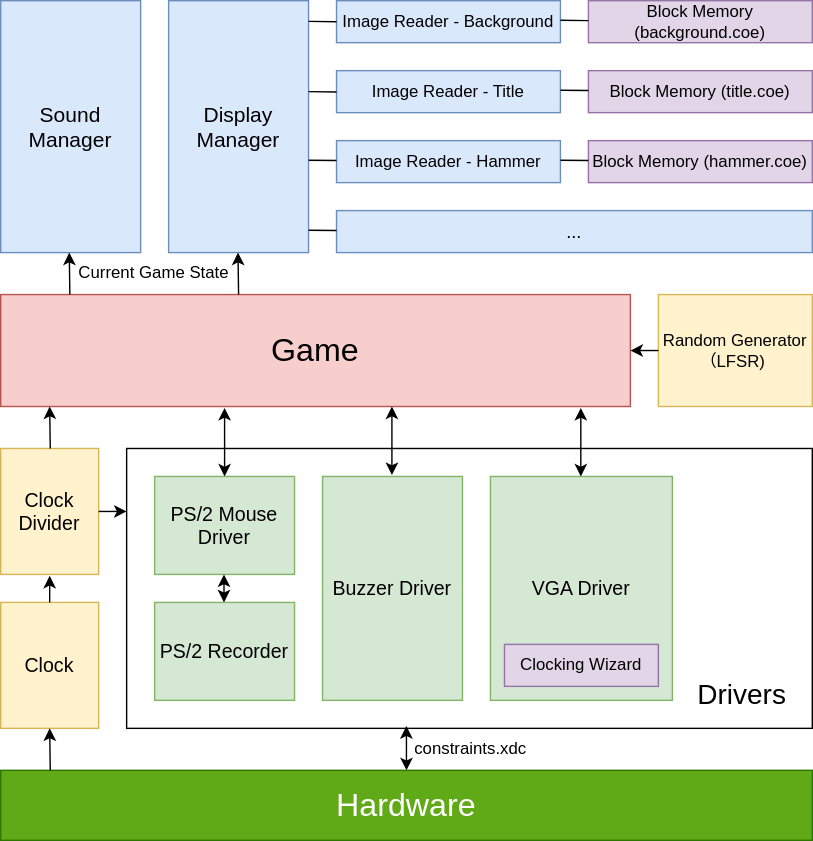
This is report/assets/structure.drawio.svg from eWloYW8/FPGA-Whac-A-Mole, a draw.io export, as it was before one commit. Source tidied: cells renumbered, new cells last; positions are measured from the earlier drawing's top-left corner, leaving out a move shared by most shapes. The source it was exported from:
```xml
<mxGraphModel background="#FFFFFF">
  <root>
    <mxCell id="0" />
    <mxCell id="1" parent="0" />
    <mxCell id="2" value="Display Manager" style="rounded=0;whiteSpace=wrap;html=1;fillColor=#dae8fc;strokeColor=#6c8ebf;fontSize=15;" parent="1" vertex="1">
      <mxGeometry x="120" width="100" height="180" as="geometry" />
    </mxCell>
    <mxCell id="3" value="Image Reader - Background" style="rounded=0;whiteSpace=wrap;html=1;fillColor=#dae8fc;strokeColor=#6c8ebf;" parent="1" vertex="1">
      <mxGeometry x="240" width="160" height="30" as="geometry" />
    </mxCell>
    <mxCell id="4" value="Block Memory (background.coe)" style="rounded=0;whiteSpace=wrap;html=1;fillColor=#e1d5e7;strokeColor=#9673a6;" parent="1" vertex="1">
      <mxGeometry x="420" width="160" height="30" as="geometry" />
    </mxCell>
    <mxCell id="5" value="Image Reader - Title" style="rounded=0;whiteSpace=wrap;html=1;fillColor=#dae8fc;strokeColor=#6c8ebf;" parent="1" vertex="1">
      <mxGeometry x="240" y="50" width="160" height="30" as="geometry" />
    </mxCell>
    <mxCell id="6" value="Block Memory (title.coe)" style="rounded=0;whiteSpace=wrap;html=1;fillColor=#e1d5e7;strokeColor=#9673a6;" parent="1" vertex="1">
      <mxGeometry x="420" y="50" width="160" height="30" as="geometry" />
    </mxCell>
    <mxCell id="7" value="Image Reader - Hammer" style="rounded=0;whiteSpace=wrap;html=1;fillColor=#dae8fc;strokeColor=#6c8ebf;" parent="1" vertex="1">
      <mxGeometry x="240" y="100" width="160" height="30" as="geometry" />
    </mxCell>
    <mxCell id="8" value="Block Memory (hammer.coe)" style="rounded=0;whiteSpace=wrap;html=1;fillColor=#e1d5e7;strokeColor=#9673a6;" parent="1" vertex="1">
      <mxGeometry x="420" y="100" width="160" height="30" as="geometry" />
    </mxCell>
    <mxCell id="9" style="endArrow=none;html=1;rounded=0;" parent="1" edge="1">
      <mxGeometry relative="1" as="geometry">
        <mxPoint x="220" y="14.8" as="sourcePoint" />
        <mxPoint x="240" y="15" as="targetPoint" />
      </mxGeometry>
    </mxCell>
    <mxCell id="10" style="endArrow=none;html=1;rounded=0;" parent="1" edge="1">
      <mxGeometry relative="1" as="geometry">
        <mxPoint x="220" y="65" as="sourcePoint" />
        <mxPoint x="240" y="65.2" as="targetPoint" />
      </mxGeometry>
    </mxCell>
    <mxCell id="11" style="endArrow=none;html=1;rounded=0;" parent="1" edge="1">
      <mxGeometry relative="1" as="geometry">
        <mxPoint x="220" y="114" as="sourcePoint" />
        <mxPoint x="240" y="114.2" as="targetPoint" />
      </mxGeometry>
    </mxCell>
    <mxCell id="12" style="endArrow=none;html=1;rounded=0;" parent="1" edge="1">
      <mxGeometry relative="1" as="geometry">
        <mxPoint x="400" y="114" as="sourcePoint" />
        <mxPoint x="420" y="114.2" as="targetPoint" />
      </mxGeometry>
    </mxCell>
    <mxCell id="13" style="endArrow=none;html=1;rounded=0;" parent="1" edge="1">
      <mxGeometry relative="1" as="geometry">
        <mxPoint x="400" y="14" as="sourcePoint" />
        <mxPoint x="420" y="14.2" as="targetPoint" />
      </mxGeometry>
    </mxCell>
    <mxCell id="14" style="endArrow=none;html=1;rounded=0;" parent="1" edge="1">
      <mxGeometry relative="1" as="geometry">
        <mxPoint x="400" y="64" as="sourcePoint" />
        <mxPoint x="420" y="64.2" as="targetPoint" />
      </mxGeometry>
    </mxCell>
    <mxCell id="15" value="&lt;font style=&quot;font-size: 13px;&quot;&gt;...&lt;/font&gt;" style="rounded=0;whiteSpace=wrap;html=1;fillColor=#dae8fc;strokeColor=#6c8ebf;" parent="1" vertex="1">
      <mxGeometry x="240" y="150" width="340" height="30" as="geometry" />
    </mxCell>
    <mxCell id="16" style="endArrow=none;html=1;rounded=0;" parent="1" edge="1">
      <mxGeometry relative="1" as="geometry">
        <mxPoint x="220" y="164" as="sourcePoint" />
        <mxPoint x="240" y="164.2" as="targetPoint" />
      </mxGeometry>
    </mxCell>
    <mxCell id="17" value="&lt;font style=&quot;font-size: 23px;&quot;&gt;Game&lt;/font&gt;" style="rounded=0;whiteSpace=wrap;html=1;fillColor=#f8cecc;strokeColor=#b85450;" parent="1" vertex="1">
      <mxGeometry y="210" width="450" height="80" as="geometry" />
    </mxCell>
    <mxCell id="18" value="Sound Manager" style="rounded=0;whiteSpace=wrap;html=1;fillColor=#dae8fc;strokeColor=#6c8ebf;fontSize=15;" parent="1" vertex="1">
      <mxGeometry width="100" height="180" as="geometry" />
    </mxCell>
    <mxCell id="19" value="Current Game State" style="text;strokeColor=none;fillColor=none;align=left;verticalAlign=middle;spacingLeft=4;spacingRight=4;overflow=hidden;whiteSpace=wrap;html=1;" parent="1" vertex="1">
      <mxGeometry x="50" y="180" width="120" height="30" as="geometry" />
    </mxCell>
    <mxCell id="20" style="endArrow=classic;html=1;rounded=0;entryX=0.5;entryY=1;entryDx=0;entryDy=0;" parent="1" edge="1">
      <mxGeometry relative="1" as="geometry">
        <mxPoint x="170" y="210" as="sourcePoint" />
        <mxPoint x="169.6" y="180" as="targetPoint" />
      </mxGeometry>
    </mxCell>
    <mxCell id="21" style="endArrow=classic;html=1;rounded=0;entryX=0.5;entryY=1;entryDx=0;entryDy=0;" parent="1" edge="1">
      <mxGeometry relative="1" as="geometry">
        <mxPoint x="49.4" y="210" as="sourcePoint" />
        <mxPoint x="49" y="180" as="targetPoint" />
      </mxGeometry>
    </mxCell>
    <mxCell id="22" style="rounded=0;whiteSpace=wrap;html=1;align=left;" parent="1" vertex="1">
      <mxGeometry x="90" y="320" width="490" height="200" as="geometry" />
    </mxCell>
    <mxCell id="23" value="Drivers" style="text;strokeColor=none;fillColor=none;align=center;verticalAlign=middle;spacingLeft=4;spacingRight=4;overflow=hidden;whiteSpace=wrap;html=1;fontSize=20;" parent="1" vertex="1">
      <mxGeometry x="490" y="480" width="80" height="30" as="geometry" />
    </mxCell>
    <mxCell id="24" value="&lt;font style=&quot;font-size: 23px;&quot;&gt;Hardware&lt;/font&gt;" style="rounded=0;whiteSpace=wrap;html=1;fillColor=#60a917;fontColor=#ffffff;strokeColor=#2D7600;" parent="1" vertex="1">
      <mxGeometry y="550" width="580" height="50" as="geometry" />
    </mxCell>
    <mxCell id="25" style="endArrow=classic;startArrow=classic;html=1;rounded=0;exitX=0.5;exitY=0;exitDx=0;exitDy=0;entryX=0.408;entryY=0.992;entryDx=0;entryDy=0;entryPerimeter=0;" parent="1" edge="1" source="24" target="22">
      <mxGeometry relative="1" as="geometry" />
    </mxCell>
    <mxCell id="26" value="constraints.xdc" style="text;strokeColor=none;fillColor=none;align=left;verticalAlign=middle;spacingLeft=4;spacingRight=4;overflow=hidden;whiteSpace=wrap;html=1;" parent="1" vertex="1">
      <mxGeometry x="290" y="520" width="90" height="30" as="geometry" />
    </mxCell>
    <mxCell id="27" value="PS/2 Recorder" style="rounded=0;whiteSpace=wrap;html=1;fillColor=#d5e8d4;strokeColor=#82b366;fontSize=14;" parent="1" vertex="1">
      <mxGeometry x="110" y="430" width="100" height="70" as="geometry" />
    </mxCell>
    <mxCell id="28" value="PS/2 Mouse Driver" style="rounded=0;whiteSpace=wrap;html=1;fillColor=#d5e8d4;strokeColor=#82b366;fontSize=14;" parent="1" vertex="1">
      <mxGeometry x="110" y="340" width="100" height="70" as="geometry" />
    </mxCell>
    <mxCell id="29" style="endArrow=classic;startArrow=classic;html=1;rounded=0;" parent="1" edge="1">
      <mxGeometry relative="1" as="geometry">
        <mxPoint x="159.6" y="430" as="sourcePoint" />
        <mxPoint x="159.6" y="410" as="targetPoint" />
      </mxGeometry>
    </mxCell>
    <mxCell id="30" value="Buzzer Driver" style="rounded=0;whiteSpace=wrap;html=1;fillColor=#d5e8d4;strokeColor=#82b366;fontSize=14;" parent="1" vertex="1">
      <mxGeometry x="230" y="340" width="100" height="160" as="geometry" />
    </mxCell>
    <mxCell id="31" style="endArrow=classic;startArrow=classic;html=1;rounded=0;exitX=0.5;exitY=0;exitDx=0;exitDy=0;" parent="1" edge="1">
      <mxGeometry relative="1" as="geometry">
        <mxPoint x="279.6" y="339" as="sourcePoint" />
        <mxPoint x="279.6" y="290" as="targetPoint" />
      </mxGeometry>
    </mxCell>
    <mxCell id="32" value="VGA Driver" style="rounded=0;whiteSpace=wrap;html=1;fillColor=#d5e8d4;strokeColor=#82b366;fontSize=14;" parent="1" vertex="1">
      <mxGeometry x="350" y="340" width="130" height="160" as="geometry" />
    </mxCell>
    <mxCell id="33" style="endArrow=classic;startArrow=classic;html=1;rounded=0;exitX=0.5;exitY=0;exitDx=0;exitDy=0;" parent="1" edge="1">
      <mxGeometry relative="1" as="geometry">
        <mxPoint x="414.6" y="340" as="sourcePoint" />
        <mxPoint x="414.6" y="291" as="targetPoint" />
      </mxGeometry>
    </mxCell>
    <mxCell id="34" value="Clocking Wizard" style="rounded=0;whiteSpace=wrap;html=1;fillColor=#e1d5e7;strokeColor=#9673a6;" parent="1" vertex="1">
      <mxGeometry x="360" y="460" width="110" height="30" as="geometry" />
    </mxCell>
    <mxCell id="35" value="Random Generator （LFSR)&lt;span style=&quot;background-color: transparent; color: light-dark(rgb(0, 0, 0), rgb(255, 255, 255));&quot;&gt;&amp;nbsp;&lt;/span&gt;" style="rounded=0;whiteSpace=wrap;html=1;fillColor=#fff2cc;strokeColor=#d6b656;" parent="1" vertex="1">
      <mxGeometry x="470" y="210" width="110" height="80" as="geometry" />
    </mxCell>
    <mxCell id="36" style="endArrow=classic;html=1;rounded=0;exitX=0;exitY=0.5;exitDx=0;exitDy=0;entryX=1;entryY=0.5;entryDx=0;entryDy=0;" parent="1" edge="1" source="35" target="17">
      <mxGeometry relative="1" as="geometry" />
    </mxCell>
    <mxCell id="37" style="endArrow=classic;startArrow=classic;html=1;rounded=0;exitX=0.5;exitY=0;exitDx=0;exitDy=0;" parent="1" edge="1">
      <mxGeometry relative="1" as="geometry">
        <mxPoint x="160" y="340" as="sourcePoint" />
        <mxPoint x="160" y="291" as="targetPoint" />
      </mxGeometry>
    </mxCell>
    <mxCell id="38" value="Clock" style="rounded=0;whiteSpace=wrap;html=1;fontSize=14;fillColor=#fff2cc;strokeColor=#d6b656;" parent="1" vertex="1">
      <mxGeometry y="430" width="70" height="90" as="geometry" />
    </mxCell>
    <mxCell id="39" value="Clock Divider" style="rounded=0;whiteSpace=wrap;html=1;fontSize=14;fillColor=#fff2cc;strokeColor=#d6b656;" parent="1" vertex="1">
      <mxGeometry y="320" width="70" height="90" as="geometry" />
    </mxCell>
    <mxCell id="40" style="endArrow=classic;html=1;rounded=0;entryX=0.5;entryY=1;entryDx=0;entryDy=0;" parent="1" edge="1">
      <mxGeometry relative="1" as="geometry">
        <mxPoint x="35.4" y="550" as="sourcePoint" />
        <mxPoint x="35" y="520" as="targetPoint" />
      </mxGeometry>
    </mxCell>
    <mxCell id="41" style="endArrow=classic;html=1;rounded=0;entryX=0.5;entryY=1;entryDx=0;entryDy=0;" parent="1" edge="1">
      <mxGeometry relative="1" as="geometry">
        <mxPoint x="35" y="430" as="sourcePoint" />
        <mxPoint x="35" y="411" as="targetPoint" />
      </mxGeometry>
    </mxCell>
    <mxCell id="42" style="endArrow=classic;html=1;rounded=0;entryX=0.5;entryY=1;entryDx=0;entryDy=0;" parent="1" edge="1">
      <mxGeometry relative="1" as="geometry">
        <mxPoint x="35.4" y="320" as="sourcePoint" />
        <mxPoint x="35" y="290" as="targetPoint" />
      </mxGeometry>
    </mxCell>
    <mxCell id="43" style="endArrow=classic;html=1;rounded=0;exitX=1;exitY=0.5;exitDx=0;exitDy=0;" parent="1" edge="1" source="39">
      <mxGeometry relative="1" as="geometry">
        <mxPoint x="90" y="365" as="targetPoint" />
      </mxGeometry>
    </mxCell>
  </root>
</mxGraphModel>
```
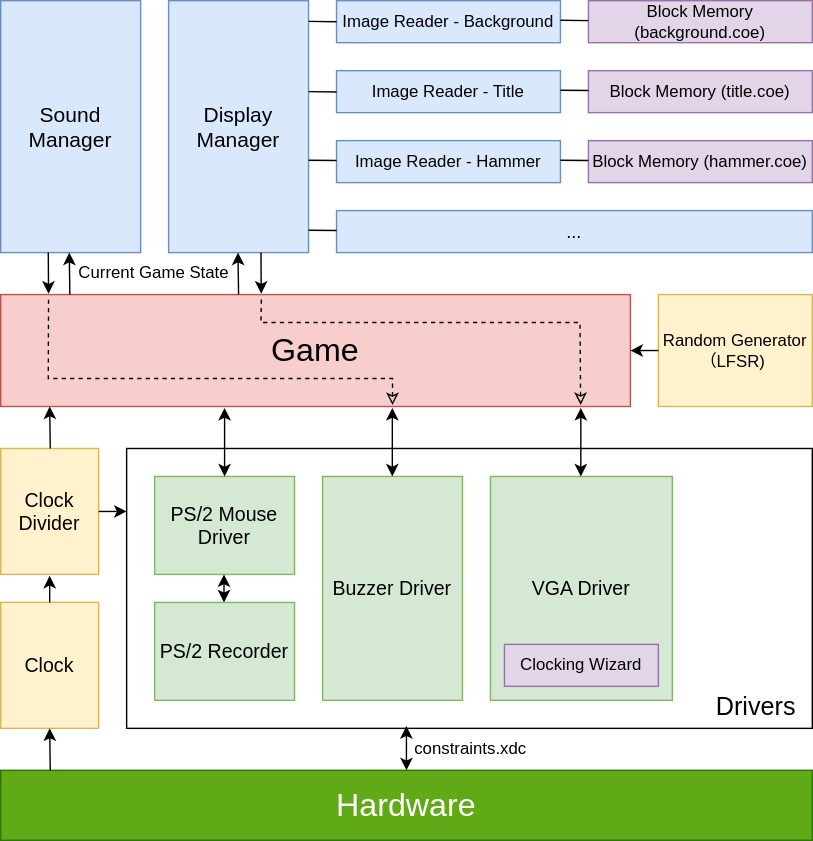
The same diagram one commit later.

Commit message:
docs(report): 完成游戏主逻辑的伪状态图，进一步完善报告

What changed in the source:
```diff
@@ -92,8 +92,8 @@
     <mxCell id="22" style="rounded=0;whiteSpace=wrap;html=1;align=left;" parent="1" vertex="1">
       <mxGeometry x="90" y="320" width="490" height="200" as="geometry" />
     </mxCell>
-    <mxCell id="23" value="Drivers" style="text;strokeColor=none;fillColor=none;align=center;verticalAlign=middle;spacingLeft=4;spacingRight=4;overflow=hidden;whiteSpace=wrap;html=1;fontSize=20;" parent="1" vertex="1">
-      <mxGeometry x="490" y="480" width="80" height="30" as="geometry" />
+    <mxCell id="23" value="Drivers" style="text;strokeColor=none;fillColor=none;align=center;verticalAlign=middle;spacingLeft=4;spacingRight=4;overflow=hidden;whiteSpace=wrap;html=1;fontSize=18;" parent="1" vertex="1">
+      <mxGeometry x="500" y="490" width="80" height="30" as="geometry" />
     </mxCell>
     <mxCell id="24" value="&lt;font style=&quot;font-size: 23px;&quot;&gt;Hardware&lt;/font&gt;" style="rounded=0;whiteSpace=wrap;html=1;fillColor=#60a917;fontColor=#ffffff;strokeColor=#2D7600;" parent="1" vertex="1">
       <mxGeometry y="550" width="580" height="50" as="geometry" />
@@ -121,8 +121,8 @@
     </mxCell>
     <mxCell id="31" style="endArrow=classic;startArrow=classic;html=1;rounded=0;exitX=0.5;exitY=0;exitDx=0;exitDy=0;" parent="1" edge="1">
       <mxGeometry relative="1" as="geometry">
-        <mxPoint x="279.6" y="339" as="sourcePoint" />
-        <mxPoint x="279.6" y="290" as="targetPoint" />
+        <mxPoint x="279.9" y="340" as="sourcePoint" />
+        <mxPoint x="279.9" y="291" as="targetPoint" />
       </mxGeometry>
     </mxCell>
     <mxCell id="32" value="VGA Driver" style="rounded=0;whiteSpace=wrap;html=1;fillColor=#d5e8d4;strokeColor=#82b366;fontSize=14;" parent="1" vertex="1">
@@ -178,5 +178,34 @@
         <mxPoint x="90" y="365" as="targetPoint" />
       </mxGeometry>
     </mxCell>
+    <mxCell id="44" style="endArrow=classic;html=1;rounded=0;exitX=0.25;exitY=1;exitDx=0;exitDy=0;entryX=0.056;entryY=-0.008;entryDx=0;entryDy=0;entryPerimeter=0;" parent="1" edge="1">
+      <mxGeometry relative="1" as="geometry">
+        <mxPoint x="34" y="180" as="sourcePoint" />
+        <mxPoint x="34.2" y="209.4" as="targetPoint" />
+      </mxGeometry>
+    </mxCell>
+    <mxCell id="45" style="endArrow=classic;html=1;rounded=0;exitX=0.25;exitY=1;exitDx=0;exitDy=0;entryX=0.056;entryY=-0.008;entryDx=0;entryDy=0;entryPerimeter=0;" parent="1" edge="1">
+      <mxGeometry relative="1" as="geometry">
+        <mxPoint x="186" y="180" as="sourcePoint" />
+        <mxPoint x="186.2" y="209.4" as="targetPoint" />
+      </mxGeometry>
+    </mxCell>
+    <mxCell id="46" style="endArrow=none;html=1;rounded=0;entryX=0.076;entryY=0.009;entryDx=0;entryDy=0;entryPerimeter=0;startArrow=classic;startFill=0;dashed=1;" parent="1" edge="1" target="17">
+      <mxGeometry relative="1" as="geometry">
+        <mxPoint x="280" y="289" as="sourcePoint" />
+        <Array as="points">
+          <mxPoint x="280" y="270" />
+          <mxPoint x="34" y="270" />
+        </Array>
+      </mxGeometry>
+    </mxCell>
+    <mxCell id="47" style="endArrow=none;html=1;rounded=0;entryX=0.414;entryY=0.016;entryDx=0;entryDy=0;entryPerimeter=0;startArrow=classic;startFill=0;dashed=1;exitX=0.921;exitY=0.986;exitDx=0;exitDy=0;exitPerimeter=0;" parent="1" edge="1" source="17" target="17">
+      <mxGeometry relative="1" as="geometry">
+        <Array as="points">
+          <mxPoint x="414" y="230" />
+          <mxPoint x="186" y="230" />
+        </Array>
+      </mxGeometry>
+    </mxCell>
   </root>
 </mxGraphModel>
```
